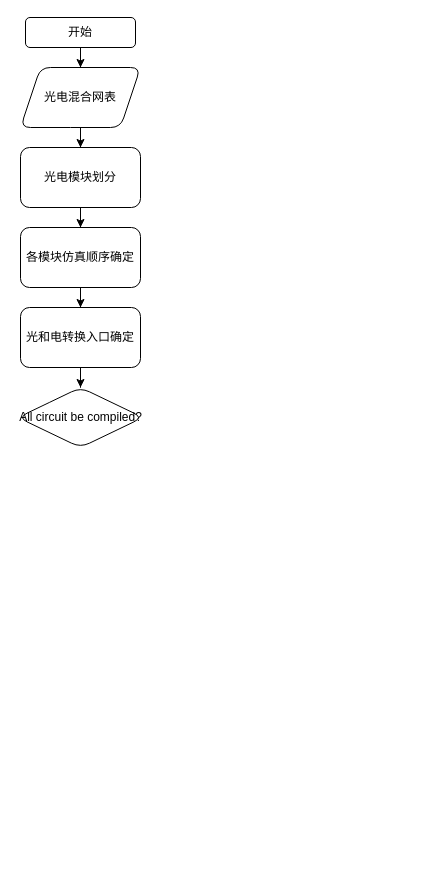
Davidlihuang/DrawIODir keeps this draw.io diagram as co-simulation EO.drawio. Above is the earlier version. Source tidied: cells renumbered, new cells numbered last; positions are measured from the earlier drawing's top-left corner, leaving out a move shared by most shapes. Both pictures are drawn from the tidied source at 100%, with x=0, y=0 at pixel (17, 17).
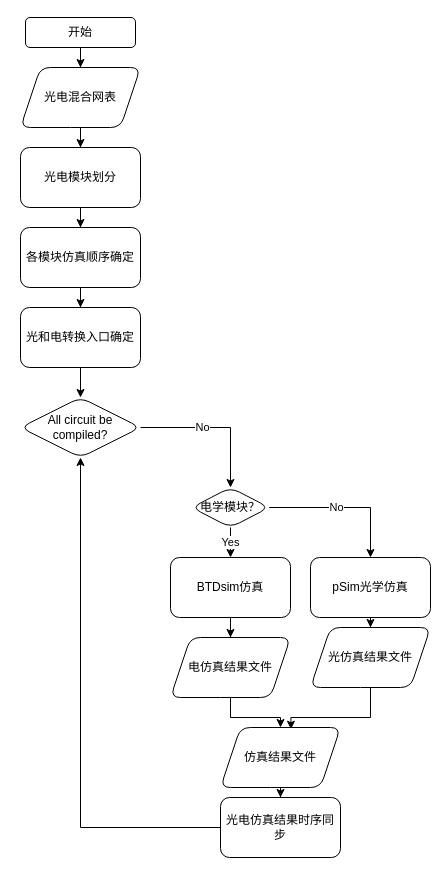
The same diagram, later.

Unchanged cells that the change refers to:
```xml
<mxCell id="11" value="光和电转换入口确定" style="whiteSpace=wrap;html=1;rounded=1;" parent="1" vertex="1">
  <mxGeometry x="3" y="290" width="120" height="60" as="geometry" />
</mxCell>
```

What changed in the source:
```diff
@@
-    <mxCell id="10" style="edgeStyle=orthogonalEdgeStyle;rounded=0;jettySize=auto;html=1;" parent="1" edge="1" source="11" target="12">
+    <mxCell id="10" style="edgeStyle=orthogonalEdgeStyle;rounded=0;jettySize=auto;html=1;entryX=0.5;entryY=0;entryDx=0;entryDy=0;" parent="1" edge="1" source="11" target="12">
       <mxGeometry relative="1" as="geometry" />
     </mxCell>
@@
+    <mxCell id="13" style="edgeStyle=orthogonalEdgeStyle;rounded=0;jettySize=auto;html=1;exitX=1;exitY=0.5;exitDx=0;exitDy=0;" parent="1" edge="1" source="12" target="18">
+      <mxGeometry relative="1" as="geometry" />
+    </mxCell>
+    <mxCell id="14" value="No" style="edgeLabel;html=1;align=center;verticalAlign=middle;" parent="13" vertex="1">
+      <mxGeometry x="-0.19" y="1" relative="1" as="geometry" />
+    </mxCell>
     <mxCell id="12" value="All circuit be compiled?" style="rhombus;whiteSpace=wrap;html=1;rounded=1;" parent="1" vertex="1">
-      <mxGeometry x="0.5" y="370" width="125" height="60" as="geometry" />
+      <mxGeometry x="3" y="380" width="120" height="60" as="geometry" />
     </mxCell>
+    <mxCell id="15" value="Yes" style="edgeStyle=orthogonalEdgeStyle;rounded=0;jettySize=auto;html=1;" parent="1" edge="1" source="18" target="20">
+      <mxGeometry relative="1" as="geometry" />
+    </mxCell>
+    <mxCell id="16" style="edgeStyle=orthogonalEdgeStyle;rounded=0;jettySize=auto;html=1;" parent="1" edge="1" source="18" target="22">
+      <mxGeometry relative="1" as="geometry">
+        <Array as="points">
+          <mxPoint x="353" y="490" />
+        </Array>
+      </mxGeometry>
+    </mxCell>
+    <mxCell id="17" value="No" style="edgeLabel;html=1;align=center;verticalAlign=middle;" parent="16" vertex="1">
+      <mxGeometry x="-0.12" y="1" relative="1" as="geometry" />
+    </mxCell>
+    <mxCell id="18" value="电学模块？" style="rhombus;whiteSpace=wrap;html=1;rounded=1;" parent="1" vertex="1">
+      <mxGeometry x="174.2" y="470" width="77.5" height="40" as="geometry" />
+    </mxCell>
+    <mxCell id="19" style="edgeStyle=orthogonalEdgeStyle;rounded=0;jettySize=auto;html=1;" parent="1" edge="1" source="20" target="24">
+      <mxGeometry relative="1" as="geometry" />
+    </mxCell>
+    <mxCell id="20" value="BTDsim仿真" style="whiteSpace=wrap;html=1;rounded=1;" parent="1" vertex="1">
+      <mxGeometry x="153" y="540" width="120" height="60" as="geometry" />
+    </mxCell>
+    <mxCell id="21" style="edgeStyle=orthogonalEdgeStyle;rounded=0;jettySize=auto;html=1;" parent="1" edge="1" source="22" target="26">
+      <mxGeometry relative="1" as="geometry" />
+    </mxCell>
+    <mxCell id="22" value="pSim光学仿真" style="whiteSpace=wrap;html=1;rounded=1;" parent="1" vertex="1">
+      <mxGeometry x="293" y="540" width="120" height="60" as="geometry" />
+    </mxCell>
+    <mxCell id="23" style="edgeStyle=orthogonalEdgeStyle;rounded=0;jettySize=auto;html=1;" parent="1" edge="1" source="24" target="28">
+      <mxGeometry relative="1" as="geometry" />
+    </mxCell>
+    <mxCell id="24" value="电仿真结果文件" style="shape=parallelogram;perimeter=parallelogramPerimeter;whiteSpace=wrap;html=1;fixedSize=1;rounded=1;" parent="1" vertex="1">
+      <mxGeometry x="153" y="620" width="120" height="60" as="geometry" />
+    </mxCell>
+    <mxCell id="25" style="edgeStyle=orthogonalEdgeStyle;rounded=0;jettySize=auto;html=1;entryX=0.587;entryY=0.029;entryDx=0;entryDy=0;entryPerimeter=0;" parent="1" edge="1" source="26" target="28">
+      <mxGeometry relative="1" as="geometry">
+        <Array as="points">
+          <mxPoint x="353" y="700" />
+          <mxPoint x="273" y="700" />
+        </Array>
+      </mxGeometry>
+    </mxCell>
+    <mxCell id="26" value="光仿真结果文件" style="shape=parallelogram;perimeter=parallelogramPerimeter;whiteSpace=wrap;html=1;fixedSize=1;rounded=1;" parent="1" vertex="1">
+      <mxGeometry x="293" y="610" width="120" height="60" as="geometry" />
+    </mxCell>
+    <mxCell id="27" style="edgeStyle=orthogonalEdgeStyle;rounded=0;jettySize=auto;html=1;entryX=0.5;entryY=0;entryDx=0;entryDy=0;" parent="1" edge="1" source="28" target="30">
+      <mxGeometry relative="1" as="geometry" />
+    </mxCell>
+    <mxCell id="28" value="仿真结果文件" style="shape=parallelogram;perimeter=parallelogramPerimeter;whiteSpace=wrap;html=1;fixedSize=1;rounded=1;" parent="1" vertex="1">
+      <mxGeometry x="203" y="710" width="120" height="60" as="geometry" />
+    </mxCell>
+    <mxCell id="29" style="edgeStyle=orthogonalEdgeStyle;rounded=0;jettySize=auto;html=1;entryX=0.5;entryY=1;entryDx=0;entryDy=0;" parent="1" edge="1" source="30" target="12">
+      <mxGeometry relative="1" as="geometry" />
+    </mxCell>
+    <mxCell id="30" value="光电仿真结果时序同步" style="whiteSpace=wrap;html=1;rounded=1;" parent="1" vertex="1">
+      <mxGeometry x="203" y="780" width="120" height="60" as="geometry" />
+    </mxCell>
```
